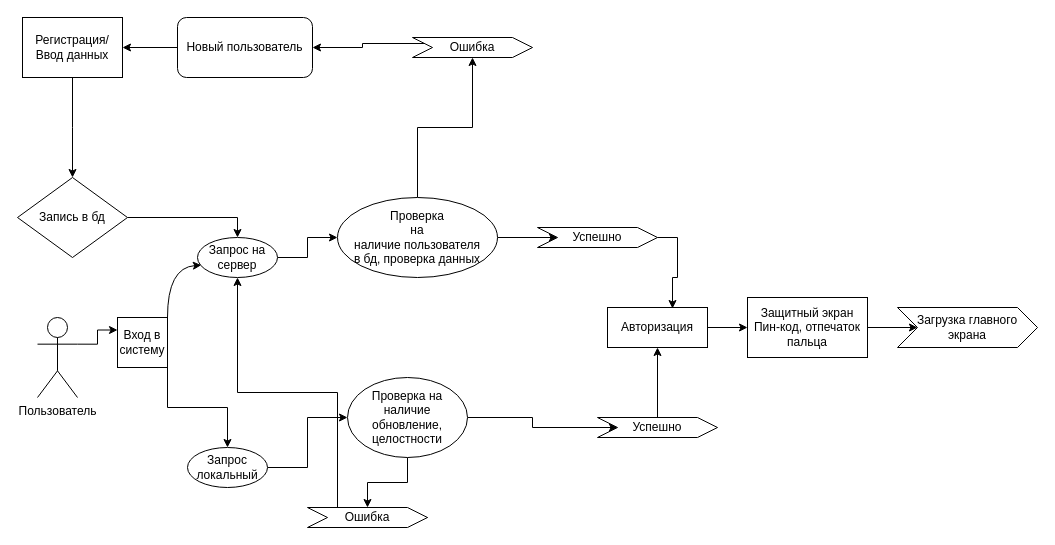
Lolos322/bookoflife keeps this draw.io diagram as Диаграммы/Схема работы проекта.drawio. Above is the earlier version. Source tidied: cells renumbered, new cells numbered last; positions are measured from the earlier drawing's top-left corner, leaving out a move shared by most shapes. Both pictures are drawn from the tidied source at 100%, with x=0, y=0 at pixel (17, 17).
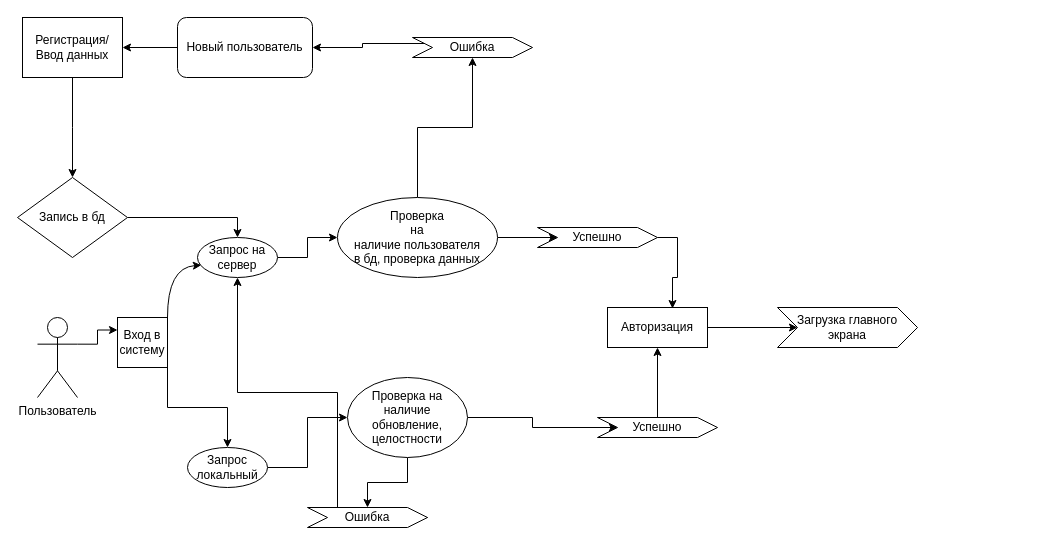
After the change.

The change refers to these unchanged cells:
```xml
<mxCell id="18" value="Авторизация" style="rounded=0;whiteSpace=wrap;html=1;" parent="1" vertex="1">
  <mxGeometry x="590" y="290" width="100" height="40" as="geometry" />
</mxCell>
```

Diff of the diagram source:
```diff
@@
-    <mxCell id="17" style="edgeStyle=orthogonalEdgeStyle;rounded=0;jettySize=auto;html=1;exitX=1;exitY=0.5;exitDx=0;exitDy=0;" parent="1" edge="1" source="18" target="25">
+    <mxCell id="17" style="edgeStyle=orthogonalEdgeStyle;rounded=0;jettySize=auto;html=1;exitX=1;exitY=0.5;exitDx=0;exitDy=0;" parent="1" edge="1" source="18" target="23">
       <mxGeometry relative="1" as="geometry" />
     </mxCell>
@@
     <mxCell id="23" value="Загрузка главного экрана" style="shape=step;perimeter=stepPerimeter;whiteSpace=wrap;html=1;fixedSize=1;" parent="1" vertex="1">
-      <mxGeometry x="880" y="290" width="140" height="40" as="geometry" />
+      <mxGeometry x="760" y="290" width="140" height="40" as="geometry" />
     </mxCell>
-    <mxCell id="24" style="edgeStyle=orthogonalEdgeStyle;rounded=0;jettySize=auto;html=1;exitX=1;exitY=0.5;exitDx=0;exitDy=0;entryX=0;entryY=0.5;entryDx=0;entryDy=0;" parent="1" edge="1" source="25" target="23">
-      <mxGeometry relative="1" as="geometry" />
-    </mxCell>
-    <mxCell id="25" value="Защитный экран&lt;br&gt;Пин-код, отпечаток пальца" style="rounded=0;whiteSpace=wrap;html=1;" parent="1" vertex="1">
-      <mxGeometry x="730" y="280" width="120" height="60" as="geometry" />
-    </mxCell>
```
